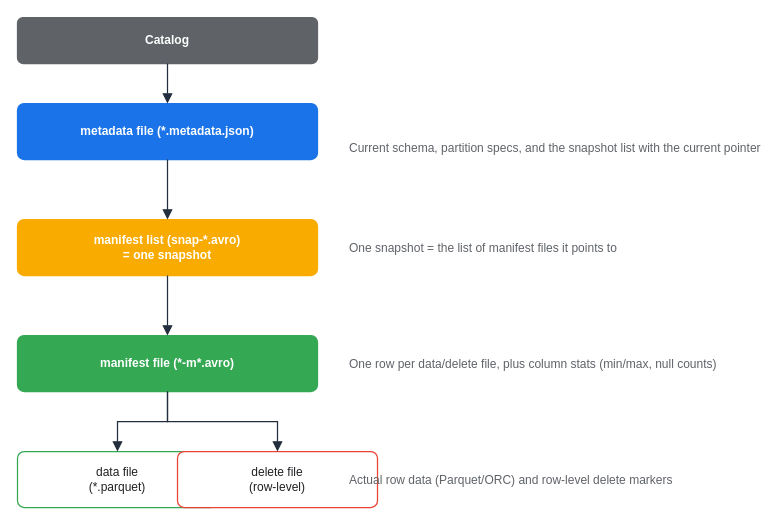
This is assets/img/aws/analytics-stack-10-iceberg-metadata-layers.drawio from KKamJi98/kkamji98.github.io, a draw.io file, before an edit. Source tidied: cells renumbered, new cells numbered last; positions are measured from the earlier drawing's top-left corner, leaving out a move shared by most shapes. Both pictures are drawn from the tidied source at 100%, with x=0, y=0 at pixel (17, 17).
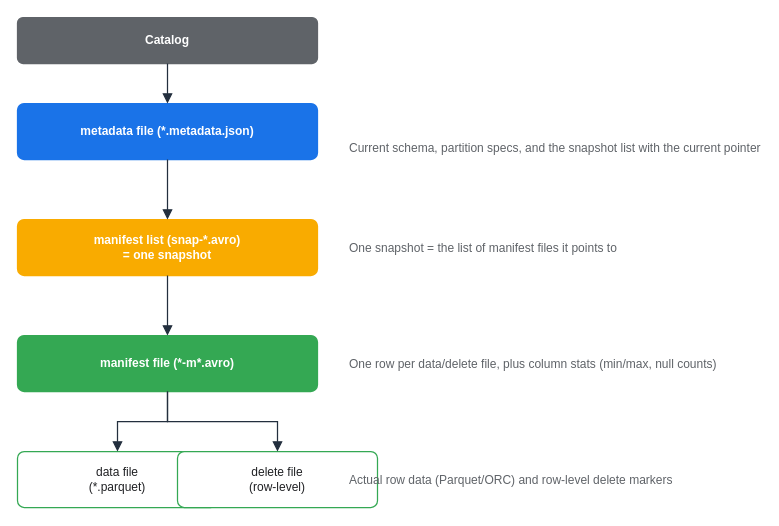
The same diagram, later.

Diff of the diagram source:
```diff
@@
 <mxGraphModel background="#FFFFFF">
   <root>
     <mxCell id="0" />
     <mxCell id="1" parent="0" />
     <mxCell id="2" value="Catalog" style="rounded=1;whiteSpace=wrap;html=0;arcSize=12;shadow=0;fillColor=#5F6368;strokeColor=#5F6368;fontColor=#FFFFFF;fontStyle=1;strokeWidth=1.25;" parent="1" vertex="1">
       <mxGeometry width="300" height="46" as="geometry" />
     </mxCell>
     <mxCell id="3" value="metadata file (*.metadata.json)" style="rounded=1;whiteSpace=wrap;html=0;arcSize=12;shadow=0;fillColor=#1A73E8;strokeColor=#1A73E8;fontColor=#FFFFFF;fontStyle=1;strokeWidth=1.25;" parent="1" vertex="1">
       <mxGeometry y="86" width="300" height="56" as="geometry" />
     </mxCell>
     <mxCell id="4" value="manifest list (snap-*.avro)&#10;= one snapshot" style="rounded=1;whiteSpace=wrap;html=0;arcSize=12;shadow=0;fillColor=#F9AB00;strokeColor=#F9AB00;fontColor=#FFFFFF;fontStyle=1;strokeWidth=1.25;" parent="1" vertex="1">
       <mxGeometry y="202" width="300" height="56" as="geometry" />
     </mxCell>
     <mxCell id="5" value="manifest file (*-m*.avro)" style="rounded=1;whiteSpace=wrap;html=0;arcSize=12;shadow=0;fillColor=#34A853;strokeColor=#34A853;fontColor=#FFFFFF;fontStyle=1;strokeWidth=1.25;" parent="1" vertex="1">
       <mxGeometry y="318" width="300" height="56" as="geometry" />
     </mxCell>
     <mxCell id="6" value="data file&#10;(*.parquet)" style="rounded=1;whiteSpace=wrap;html=0;arcSize=12;shadow=0;fillColor=#FFFFFF;strokeColor=#34A853;fontColor=#202124;strokeWidth=1.25;" parent="1" vertex="1">
       <mxGeometry y="434" width="200" height="56" as="geometry" />
     </mxCell>
-    <mxCell id="7" value="delete file&#10;(row-level)" style="rounded=1;whiteSpace=wrap;html=0;arcSize=12;shadow=0;fillColor=#FFFFFF;strokeColor=#EA4335;fontColor=#202124;strokeWidth=1.25;" parent="1" vertex="1">
+    <mxCell id="7" value="delete file&#10;(row-level)" style="rounded=1;whiteSpace=wrap;html=0;arcSize=12;shadow=0;fillColor=#FFFFFF;strokeColor=#34A853;fontColor=#202124;strokeWidth=1.25;" parent="1" vertex="1">
       <mxGeometry x="160" y="434" width="200" height="56" as="geometry" />
     </mxCell>
     <mxCell id="8" value="Current schema, partition specs, and the snapshot list with the current pointer" style="text;html=0;align=left;verticalAlign=middle;fontColor=#5F6368;" parent="1" vertex="1">
       <mxGeometry x="330" y="90" width="280" height="80" as="geometry" />
     </mxCell>
     <mxCell id="9" value="One snapshot = the list of manifest files it points to" style="text;html=0;align=left;verticalAlign=middle;fontColor=#5F6368;" parent="1" vertex="1">
       <mxGeometry x="330" y="206" width="280" height="48" as="geometry" />
     </mxCell>
     <mxCell id="10" value="One row per data/delete file, plus column stats (min/max, null counts)" style="text;html=0;align=left;verticalAlign=middle;fontColor=#5F6368;" parent="1" vertex="1">
       <mxGeometry x="330" y="322" width="280" height="48" as="geometry" />
     </mxCell>
     <mxCell id="11" value="Actual row data (Parquet/ORC) and row-level delete markers" style="text;html=0;align=left;verticalAlign=middle;fontColor=#5F6368;" parent="1" vertex="1">
       <mxGeometry x="330" y="438" width="280" height="48" as="geometry" />
     </mxCell>
     <mxCell id="12" style="edgeStyle=orthogonalEdgeStyle;rounded=0;html=0;endArrow=block;strokeColor=#232F3E;fontColor=#202124;strokeWidth=1.25;endSize=7;" parent="1" edge="1" source="2" target="3">
       <mxGeometry relative="1" as="geometry" />
     </mxCell>
     <mxCell id="13" style="edgeStyle=orthogonalEdgeStyle;rounded=0;html=0;endArrow=block;strokeColor=#232F3E;fontColor=#202124;strokeWidth=1.25;endSize=7;" parent="1" edge="1" source="3" target="4">
       <mxGeometry relative="1" as="geometry" />
     </mxCell>
     <mxCell id="14" style="edgeStyle=orthogonalEdgeStyle;rounded=0;html=0;endArrow=block;strokeColor=#232F3E;fontColor=#202124;strokeWidth=1.25;endSize=7;" parent="1" edge="1" source="4" target="5">
       <mxGeometry relative="1" as="geometry" />
     </mxCell>
     <mxCell id="15" style="edgeStyle=orthogonalEdgeStyle;rounded=0;html=0;endArrow=block;strokeColor=#232F3E;fontColor=#202124;strokeWidth=1.25;endSize=7;" parent="1" edge="1" source="5" target="6">
       <mxGeometry relative="1" as="geometry" />
     </mxCell>
     <mxCell id="16" style="edgeStyle=orthogonalEdgeStyle;rounded=0;html=0;endArrow=block;strokeColor=#232F3E;fontColor=#202124;strokeWidth=1.25;endSize=7;" parent="1" edge="1" source="5" target="7">
       <mxGeometry relative="1" as="geometry" />
     </mxCell>
   </root>
 </mxGraphModel>
```
